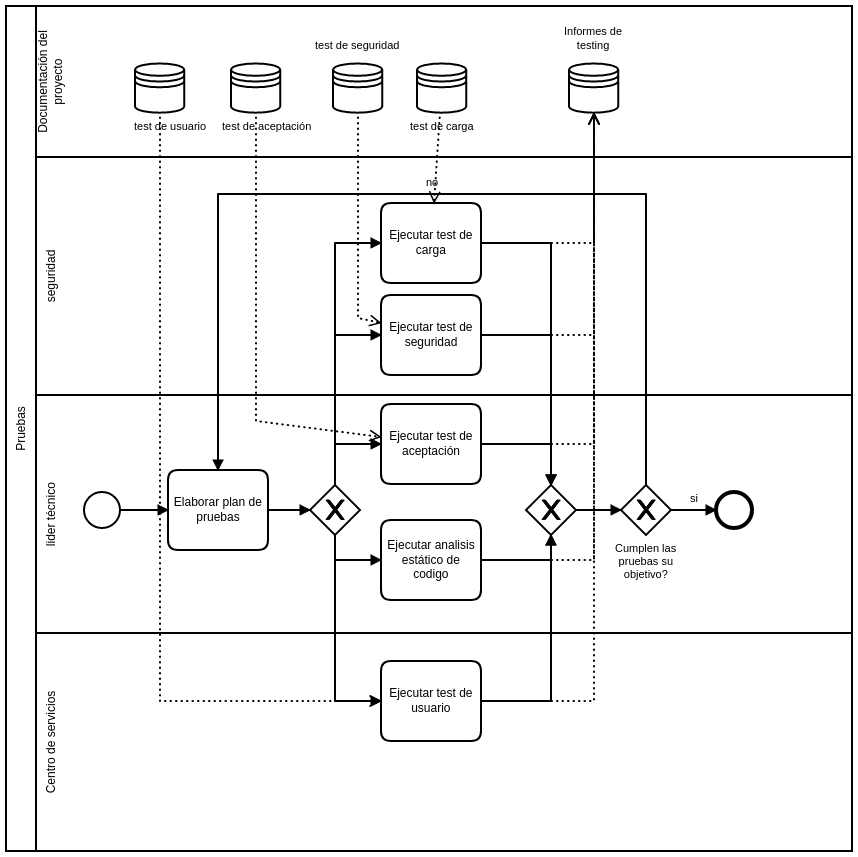
This is procedimientos/imagenes/pruebas.png from udistrital/arquitectura_docs, a BPMN export, as it was before one commit. Its source is kept beside it as procedimientos/imagenes/pruebas.bpmn. Ids are renumbered.
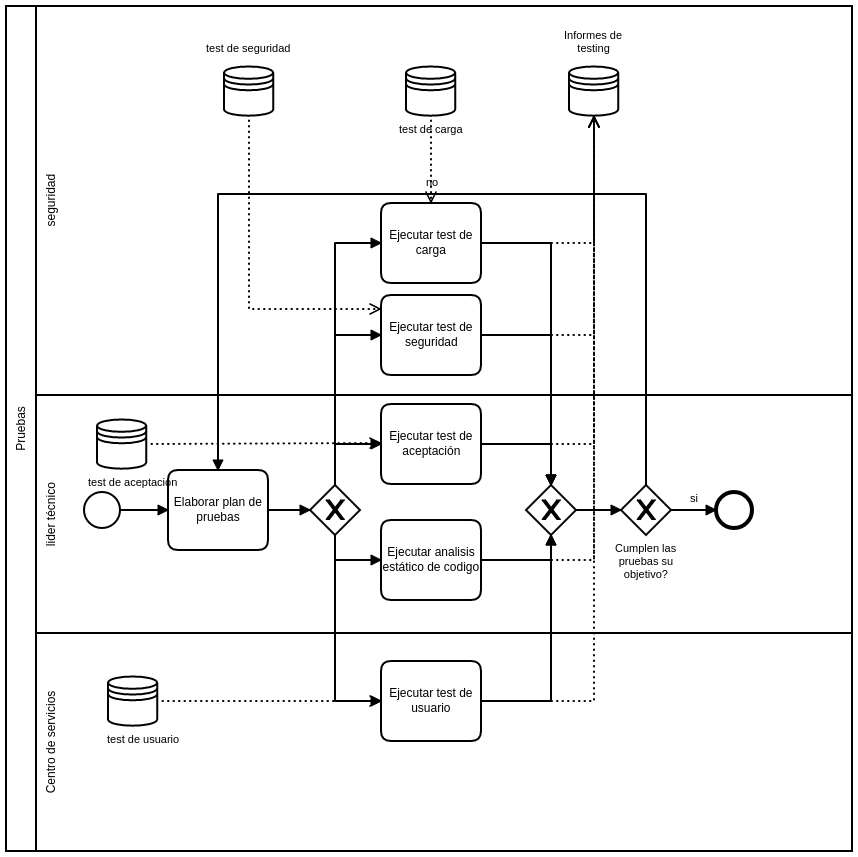
Above is the later version.

Commit message:
actualizaciòn de la documentación de los procesos

Diff of the diagram source:
```diff
@@ -1,4 +1,4 @@
-<bpmn:definitions xmlns:bpmn="http://www.omg.org/spec/BPMN/20100524/MODEL" xmlns:bpmndi="http://www.omg.org/spec/BPMN/20100524/DI" xmlns:di="http://www.omg.org/spec/DD/20100524/DI" xmlns:dc="http://www.omg.org/spec/DD/20100524/DC" id="Definitions_n1" targetNamespace="http://bpmn.io/schema/bpmn" exporter="Camunda Modeler" exporterVersion="1.15.1">
+<bpmn:definitions xmlns:bpmn="http://www.omg.org/spec/BPMN/20100524/MODEL" xmlns:bpmndi="http://www.omg.org/spec/BPMN/20100524/DI" xmlns:di="http://www.omg.org/spec/DD/20100524/DI" xmlns:dc="http://www.omg.org/spec/DD/20100524/DC" id="Definitions_n1" targetNamespace="http://bpmn.io/schema/bpmn" exporter="Camunda Modeler" exporterVersion="1.16.2">
   <bpmn:collaboration id="Collaboration_n2">
     <bpmn:participant id="Participant_n3" name="Pruebas" processRef="Process_1" />
   </bpmn:collaboration>
@@ -22,7 +22,6 @@
         <bpmn:flowNodeRef>ExclusiveGateway_n17</bpmn:flowNodeRef>
         <bpmn:flowNodeRef>EndEvent_n18</bpmn:flowNodeRef>
       </bpmn:lane>
-      <bpmn:lane id="Lane_n19" name="Documentación del proyecto" />
     </bpmn:laneSet>
     <bpmn:sequenceFlow id="SequenceFlow_n20" sourceRef="StartEvent_1" targetRef="Task_n14" />
     <bpmn:sequenceFlow id="SequenceFlow_n21" sourceRef="Task_n14" targetRef="ExclusiveGateway_n15" />
@@ -126,11 +125,11 @@
       <bpmn:incoming>SequenceFlow_n52</bpmn:incoming>
     </bpmn:endEvent>
     <bpmn:sequenceFlow id="SequenceFlow_n52" name="si" sourceRef="ExclusiveGateway_n17" targetRef="EndEvent_n18" />
+    <bpmn:dataStoreReference id="DataStoreReference_n47" name="test de usuario" />
+    <bpmn:dataStoreReference id="DataStoreReference_n41" name="test de aceptación" />
     <bpmn:dataStoreReference id="DataStoreReference_n29" name="Informes de testing" />
+    <bpmn:dataStoreReference id="DataStoreReference_n27" name="test de carga" />
     <bpmn:dataStoreReference id="DataStoreReference_n33" name="test de seguridad" />
-    <bpmn:dataStoreReference id="DataStoreReference_n27" name="test de carga" />
-    <bpmn:dataStoreReference id="DataStoreReference_n41" name="test de aceptación" />
-    <bpmn:dataStoreReference id="DataStoreReference_n47" name="test de usuario" />
   </bpmn:process>
   <bpmndi:BPMNDiagram id="BPMNDiagram_1">
     <bpmndi:BPMNPlane id="BPMNPlane_1" bpmnElement="Collaboration_n2">
@@ -141,7 +140,7 @@
         <dc:Bounds x="201" y="303" width="36" height="36" />
       </bpmndi:BPMNShape>
       <bpmndi:BPMNShape id="Lane_n5_di" bpmnElement="Lane_n5">
-        <dc:Bounds x="153" y="-32" width="816" height="238" />
+        <dc:Bounds x="153" y="-183" width="816" height="389" />
       </bpmndi:BPMNShape>
       <bpmndi:BPMNShape id="Lane_n8_di" bpmnElement="Lane_n8">
         <dc:Bounds x="153" y="444" width="816" height="218" />
@@ -260,80 +259,76 @@
           <dc:Bounds x="807" y="303" width="8" height="14" />
         </bpmndi:BPMNLabel>
       </bpmndi:BPMNEdge>
-      <bpmndi:BPMNShape id="Lane_n19_di" bpmnElement="Lane_n19">
-        <dc:Bounds x="153" y="-183" width="816" height="151" />
-      </bpmndi:BPMNShape>
       <bpmndi:BPMNShape id="DataStoreReference_n29_di" bpmnElement="DataStoreReference_n29">
-        <dc:Bounds x="686" y="-126" width="50" height="50" />
+        <dc:Bounds x="686" y="-123" width="50" height="50" />
         <bpmndi:BPMNLabel>
-          <dc:Bounds x="681" y="-163.5" width="59" height="27" />
+          <dc:Bounds x="681" y="-160" width="59" height="27" />
         </bpmndi:BPMNLabel>
       </bpmndi:BPMNShape>
       <bpmndi:BPMNEdge id="DataOutputAssociation_n28_di" bpmnElement="DataOutputAssociation_n28">
         <di:waypoint x="598" y="54" />
         <di:waypoint x="711" y="54" />
-        <di:waypoint x="711" y="-76" />
+        <di:waypoint x="711" y="-73" />
       </bpmndi:BPMNEdge>
       <bpmndi:BPMNEdge id="DataOutputAssociation_n34_di" bpmnElement="DataOutputAssociation_n34">
         <di:waypoint x="598" y="146" />
         <di:waypoint x="711" y="146" />
-        <di:waypoint x="711" y="-76" />
+        <di:waypoint x="711" y="-73" />
       </bpmndi:BPMNEdge>
       <bpmndi:BPMNEdge id="DataOutputAssociation_n42_di" bpmnElement="DataOutputAssociation_n42">
         <di:waypoint x="598" y="255" />
         <di:waypoint x="711" y="255" />
-        <di:waypoint x="711" y="-76" />
+        <di:waypoint x="711" y="-73" />
       </bpmndi:BPMNEdge>
       <bpmndi:BPMNEdge id="DataOutputAssociation_n49_di" bpmnElement="DataOutputAssociation_n49">
         <di:waypoint x="598" y="371" />
         <di:waypoint x="711" y="371" />
-        <di:waypoint x="711" y="-76" />
+        <di:waypoint x="711" y="-73" />
       </bpmndi:BPMNEdge>
       <bpmndi:BPMNEdge id="DataOutputAssociation_n48_di" bpmnElement="DataOutputAssociation_n48">
         <di:waypoint x="598" y="512" />
         <di:waypoint x="711" y="512" />
-        <di:waypoint x="711" y="-76" />
+        <di:waypoint x="711" y="-73" />
       </bpmndi:BPMNEdge>
       <bpmndi:BPMNShape id="DataStoreReference_n33_di" bpmnElement="DataStoreReference_n33">
-        <dc:Bounds x="450" y="-126" width="50" height="50" />
+        <dc:Bounds x="341" y="-123" width="50" height="50" />
         <bpmndi:BPMNLabel>
-          <dc:Bounds x="432" y="-150" width="85" height="14" />
+          <dc:Bounds x="323" y="-147" width="85" height="14" />
         </bpmndi:BPMNLabel>
       </bpmndi:BPMNShape>
       <bpmndi:BPMNShape id="DataStoreReference_n27_di" bpmnElement="DataStoreReference_n27">
-        <dc:Bounds x="534" y="-126" width="50" height="50" />
+        <dc:Bounds x="523" y="-123" width="50" height="50" />
         <bpmndi:BPMNLabel>
-          <dc:Bounds x="527" y="-69" width="65" height="14" />
+          <dc:Bounds x="516" y="-66" width="65" height="14" />
         </bpmndi:BPMNLabel>
       </bpmndi:BPMNShape>
       <bpmndi:BPMNShape id="DataStoreReference_n41_di" bpmnElement="DataStoreReference_n41">
-        <dc:Bounds x="348" y="-126" width="50" height="50" />
+        <dc:Bounds x="214" y="230" width="50" height="50" />
         <bpmndi:BPMNLabel>
-          <dc:Bounds x="339" y="-69" width="90" height="14" />
+          <dc:Bounds x="205" y="287" width="90" height="14" />
         </bpmndi:BPMNLabel>
       </bpmndi:BPMNShape>
       <bpmndi:BPMNShape id="DataStoreReference_n47_di" bpmnElement="DataStoreReference_n47">
-        <dc:Bounds x="252" y="-126" width="50" height="50" />
+        <dc:Bounds x="225" y="487" width="50" height="50" />
         <bpmndi:BPMNLabel>
-          <dc:Bounds x="251" y="-69" width="73" height="14" />
+          <dc:Bounds x="224" y="544" width="73" height="14" />
         </bpmndi:BPMNLabel>
       </bpmndi:BPMNShape>
       <bpmndi:BPMNEdge id="DataInputAssociation_n26_di" bpmnElement="DataInputAssociation_n26">
-        <di:waypoint x="557" y="-76" />
-        <di:waypoint x="551" y="14" />
+        <di:waypoint x="548" y="-73" />
+        <di:waypoint x="548" y="14" />
       </bpmndi:BPMNEdge>
       <bpmndi:BPMNEdge id="DataInputAssociation_n32_di" bpmnElement="DataInputAssociation_n32">
-        <di:waypoint x="475" y="-76" />
-        <di:waypoint x="475" y="129" />
-        <di:waypoint x="498" y="134" />
+        <di:waypoint x="366" y="-73" />
+        <di:waypoint x="366" y="120" />
+        <di:waypoint x="498" y="120" />
       </bpmndi:BPMNEdge>
       <bpmndi:BPMNEdge id="DataInputAssociation_n40_di" bpmnElement="DataInputAssociation_n40">
-        <di:waypoint x="373" y="-76" />
-        <di:waypoint x="373" y="232" />
-        <di:waypoint x="498" y="248" />
+        <di:waypoint x="264" y="255" />
+        <di:waypoint x="498" y="254" />
       </bpmndi:BPMNEdge>
       <bpmndi:BPMNEdge id="DataInputAssociation_n46_di" bpmnElement="DataInputAssociation_n46">
-        <di:waypoint x="277" y="-76" />
+        <di:waypoint x="275" y="512" />
         <di:waypoint x="277" y="512" />
         <di:waypoint x="498" y="512" />
       </bpmndi:BPMNEdge>
```
